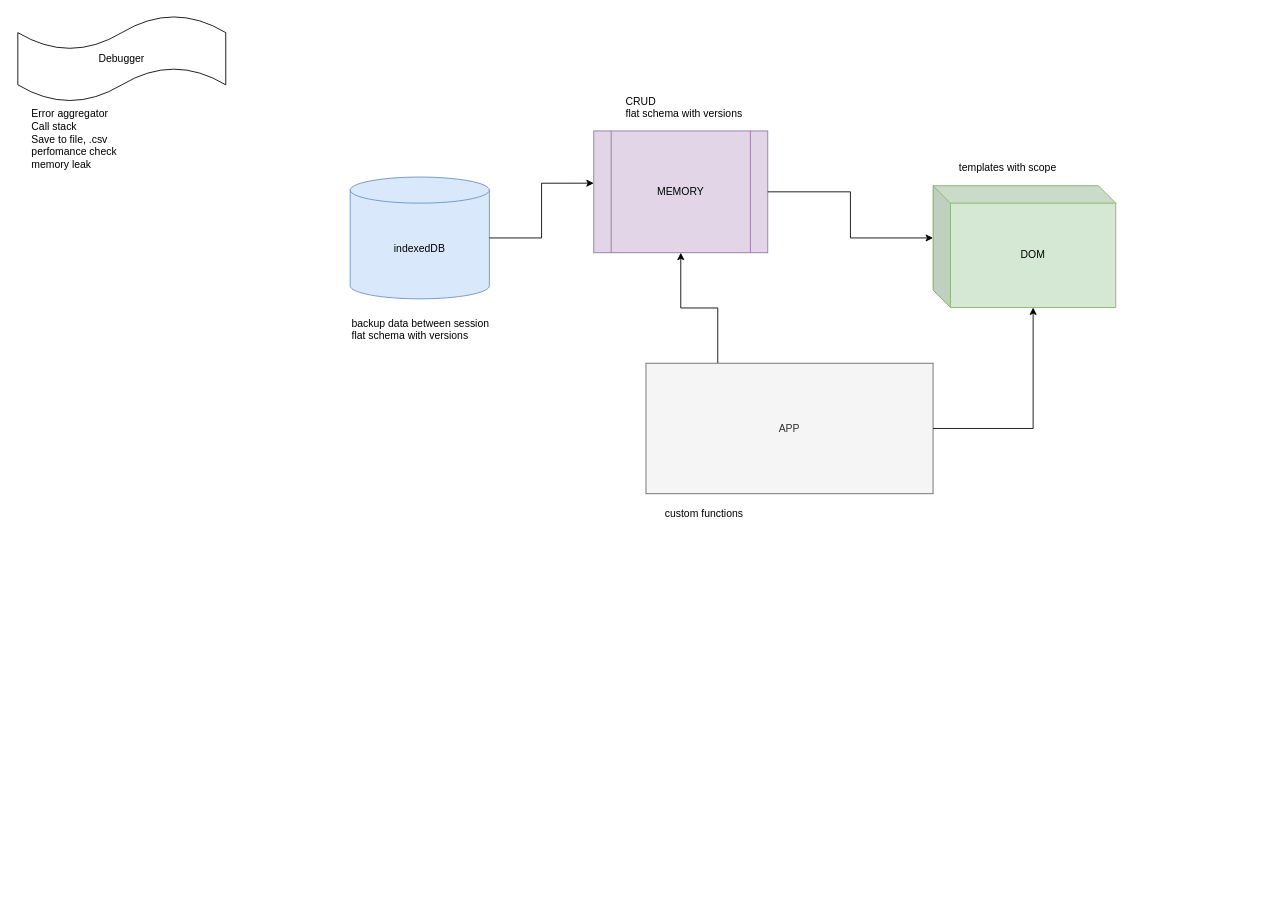
The draw.io diagram front_schema.drawio in gu82pp/success_event_loop, before the edit. Source tidied: cells renumbered, new cells numbered last; positions are measured from the earlier drawing's top-left corner, leaving out a move shared by most shapes. Both pictures are drawn from the tidied source at 87%, with x=0, y=0 at pixel (17, 15).
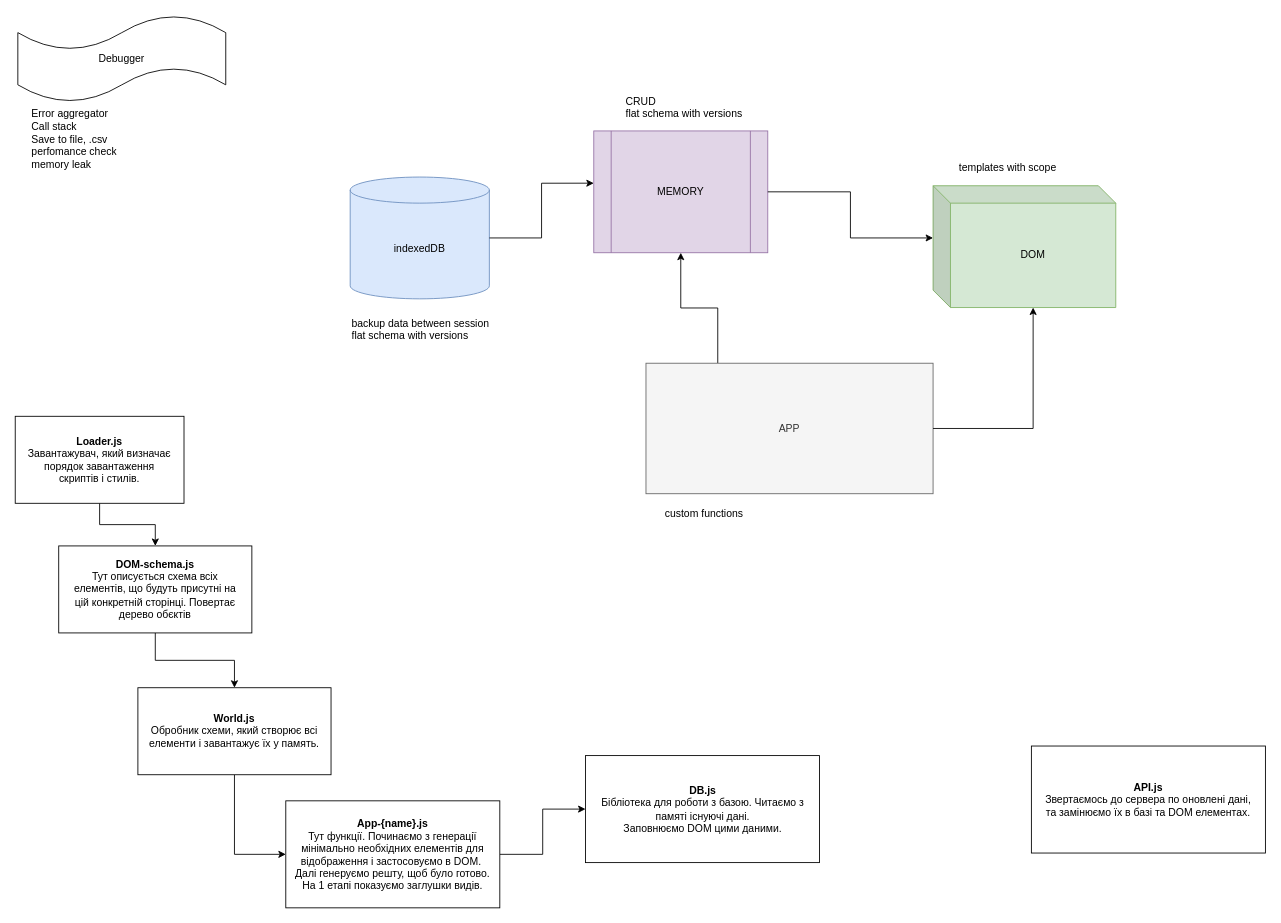
After the change.

Change to the diagram source:
```diff
@@
+    <mxCell id="16" style="edgeStyle=orthogonalEdgeStyle;rounded=0;jettySize=auto;html=1;exitX=0.5;exitY=1;exitDx=0;exitDy=0;entryX=0;entryY=0.5;entryDx=0;entryDy=0;" parent="1" edge="1" source="17" target="23">
+      <mxGeometry relative="1" as="geometry" />
+    </mxCell>
+    <mxCell id="17" value="&lt;b&gt;World.js&lt;/b&gt;&lt;div&gt;Обробник схеми, який створює всі елементи і завантажує їх у память.&lt;/div&gt;" style="rounded=0;whiteSpace=wrap;html=1;spacingLeft=10;spacingRight=10;spacingTop=10;spacingBottom=10;" parent="1" vertex="1">
+      <mxGeometry x="138" y="773" width="222" height="100" as="geometry" />
+    </mxCell>
+    <mxCell id="18" style="edgeStyle=orthogonalEdgeStyle;rounded=0;jettySize=auto;html=1;exitX=0.5;exitY=1;exitDx=0;exitDy=0;entryX=0.5;entryY=0;entryDx=0;entryDy=0;" parent="1" edge="1" source="19" target="21">
+      <mxGeometry relative="1" as="geometry" />
+    </mxCell>
+    <mxCell id="19" value="&lt;b&gt;Loader.js&lt;/b&gt;&lt;div&gt;Завантажувач, який визначає порядок завантаження скриптів і стилів.&lt;/div&gt;" style="rounded=0;whiteSpace=wrap;html=1;spacingLeft=10;spacingRight=10;spacingTop=10;spacingBottom=10;" parent="1" vertex="1">
+      <mxGeometry x="-3" y="461" width="194" height="100" as="geometry" />
+    </mxCell>
+    <mxCell id="20" style="edgeStyle=orthogonalEdgeStyle;rounded=0;jettySize=auto;html=1;exitX=0.5;exitY=1;exitDx=0;exitDy=0;entryX=0.5;entryY=0;entryDx=0;entryDy=0;" parent="1" edge="1" source="21" target="17">
+      <mxGeometry relative="1" as="geometry" />
+    </mxCell>
+    <mxCell id="21" value="&lt;b&gt;DOM-schema.js&lt;/b&gt;&lt;div&gt;Тут описується схема всіх елементів, що будуть присутні на цій конкретній сторінці. Повертає дерево обєктів&lt;/div&gt;" style="rounded=0;whiteSpace=wrap;html=1;spacingLeft=10;spacingRight=10;spacingTop=10;spacingBottom=10;" parent="1" vertex="1">
+      <mxGeometry x="47" y="610" width="222" height="100" as="geometry" />
+    </mxCell>
+    <mxCell id="22" style="edgeStyle=orthogonalEdgeStyle;rounded=0;jettySize=auto;html=1;exitX=1;exitY=0.5;exitDx=0;exitDy=0;entryX=0;entryY=0.5;entryDx=0;entryDy=0;" parent="1" edge="1" source="23" target="24">
+      <mxGeometry relative="1" as="geometry" />
+    </mxCell>
+    <mxCell id="23" value="&lt;b&gt;App-{name}.js&lt;/b&gt;&lt;div&gt;Тут функції. Починаємо з генерації мінімально необхідних елементів для відображення і застосовуємо в DOM.&amp;nbsp;&lt;/div&gt;&lt;div&gt;Далі генеруємо решту, щоб було готово.&lt;/div&gt;&lt;div&gt;На 1 етапі показуємо заглушки видів.&lt;/div&gt;" style="rounded=0;whiteSpace=wrap;html=1;spacingLeft=10;spacingRight=10;spacingTop=10;spacingBottom=10;" parent="1" vertex="1">
+      <mxGeometry x="308" y="903" width="246" height="123" as="geometry" />
+    </mxCell>
+    <mxCell id="24" value="&lt;b&gt;DB.js&lt;/b&gt;&lt;div&gt;Бібліотека для роботи з базою. Читаємо з памяті існуючі дані.&lt;/div&gt;&lt;div&gt;Заповнюємо DOM цими даними.&lt;/div&gt;" style="rounded=0;whiteSpace=wrap;html=1;spacingLeft=10;spacingRight=10;spacingTop=10;spacingBottom=10;" parent="1" vertex="1">
+      <mxGeometry x="652.5" y="851" width="269" height="123" as="geometry" />
+    </mxCell>
+    <mxCell id="25" value="&lt;b&gt;API.js&lt;/b&gt;&lt;div&gt;Звертаємось до сервера по оновлені дані, та замінюємо їх в базі та DOM елементах.&lt;/div&gt;" style="rounded=0;whiteSpace=wrap;html=1;spacingLeft=10;spacingRight=10;spacingTop=10;spacingBottom=10;" parent="1" vertex="1">
+      <mxGeometry x="1165" y="840" width="269" height="123" as="geometry" />
+    </mxCell>
```
